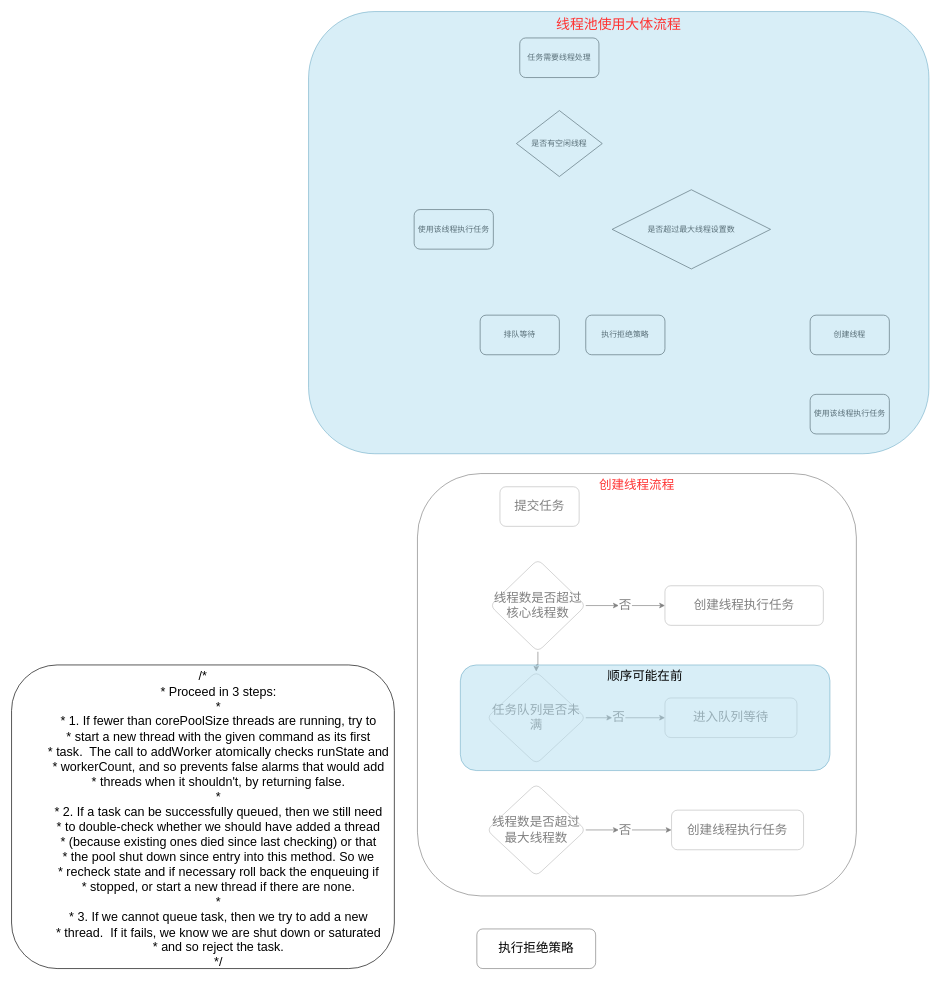
Earlier version of the draw.io diagram draw notes/ThreadPool流程图.drawio (TrumanXia/learn). Source tidied: cells renumbered, new cells numbered last; positions are measured from the earlier drawing's top-left corner, leaving out a move shared by most shapes. Both pictures are drawn from the tidied source at 66%, with x=0, y=0 at pixel (11, 11).
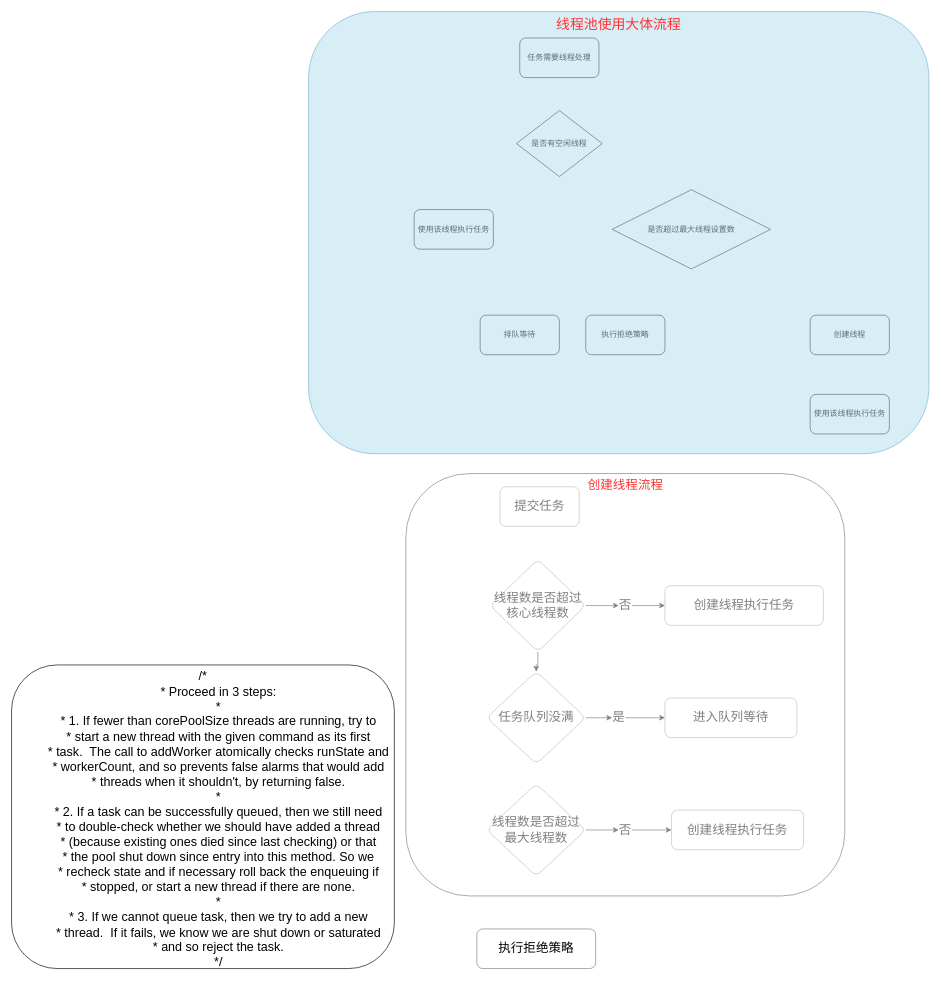
The same diagram, later.

The edit, as a diff of the source:
```diff
@@
-    <mxCell id="17" value="任务队列是否未满" style="rhombus;whiteSpace=wrap;html=1;rounded=1;fontSize=19;opacity=50;" parent="1" vertex="1">
+    <mxCell id="17" value="任务队列没满" style="rhombus;whiteSpace=wrap;html=1;rounded=1;fontSize=19;opacity=50;" parent="1" vertex="1">
       <mxGeometry x="720" y="1000" width="150" height="140" as="geometry" />
     </mxCell>
@@
-    <mxCell id="25" value="否" style="text;html=1;strokeColor=none;fillColor=none;align=center;verticalAlign=middle;whiteSpace=wrap;rounded=0;fontSize=19;opacity=50;" parent="1" vertex="1">
+    <mxCell id="25" value="是" style="text;html=1;strokeColor=none;fillColor=none;align=center;verticalAlign=middle;whiteSpace=wrap;rounded=0;fontSize=19;opacity=50;" parent="1" vertex="1">
       <mxGeometry x="910" y="1060" width="20" height="20" as="geometry" />
     </mxCell>
@@
     <mxCell id="29" value="创建线程流程" style="rounded=1;whiteSpace=wrap;html=1;fontSize=19;opacity=50;verticalAlign=top;fontColor=#FF3333;" parent="1" vertex="1">
-      <mxGeometry x="615" y="700" width="665" height="640" as="geometry" />
+      <mxGeometry x="597.5" y="700" width="665" height="640" as="geometry" />
     </mxCell>
-    <mxCell id="30" value="顺序可能在前" style="rounded=1;whiteSpace=wrap;html=1;fontSize=19;opacity=50;verticalAlign=top;fillColor=#b1ddf0;strokeColor=#10739e;" parent="1" vertex="1">
-      <mxGeometry x="680" y="990" width="560" height="160" as="geometry" />
-    </mxCell>
```
